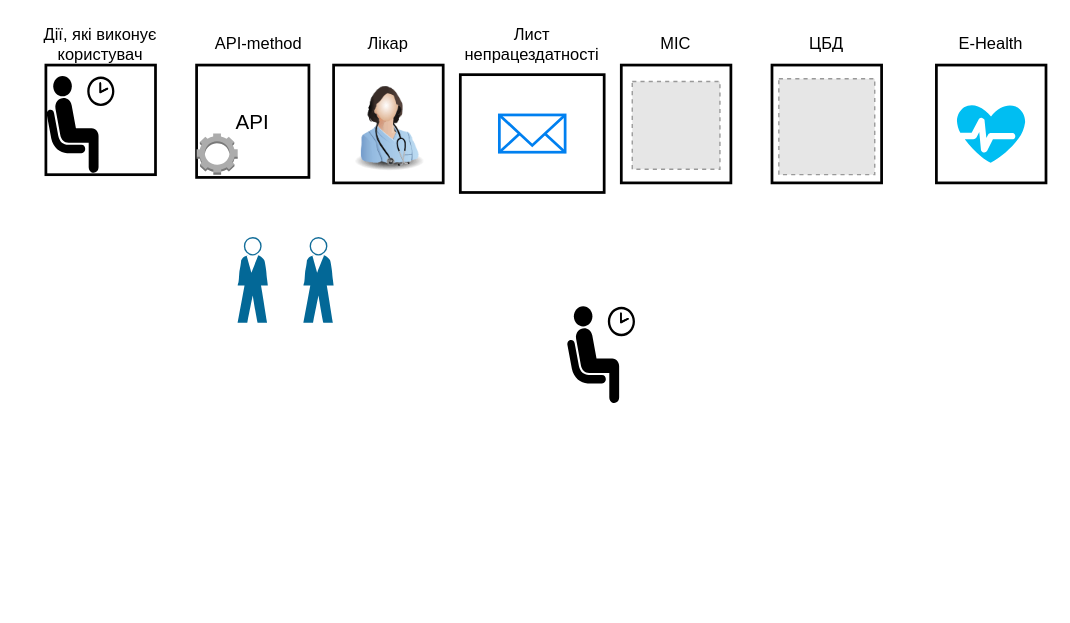
Earlier version of the draw.io diagram Диаграмма без названия.drawio (DenisGrabko/BPMN-Diagramm-Grabko). Source tidied: cells renumbered, new cells numbered last; positions are measured from the earlier drawing's top-left corner, leaving out a move shared by most shapes. Both pictures are drawn from the tidied source at 137%, with x=0, y=0 at pixel (32, 23). Pictures stored in the file or linked from it are replaced by grey dashed boxes.
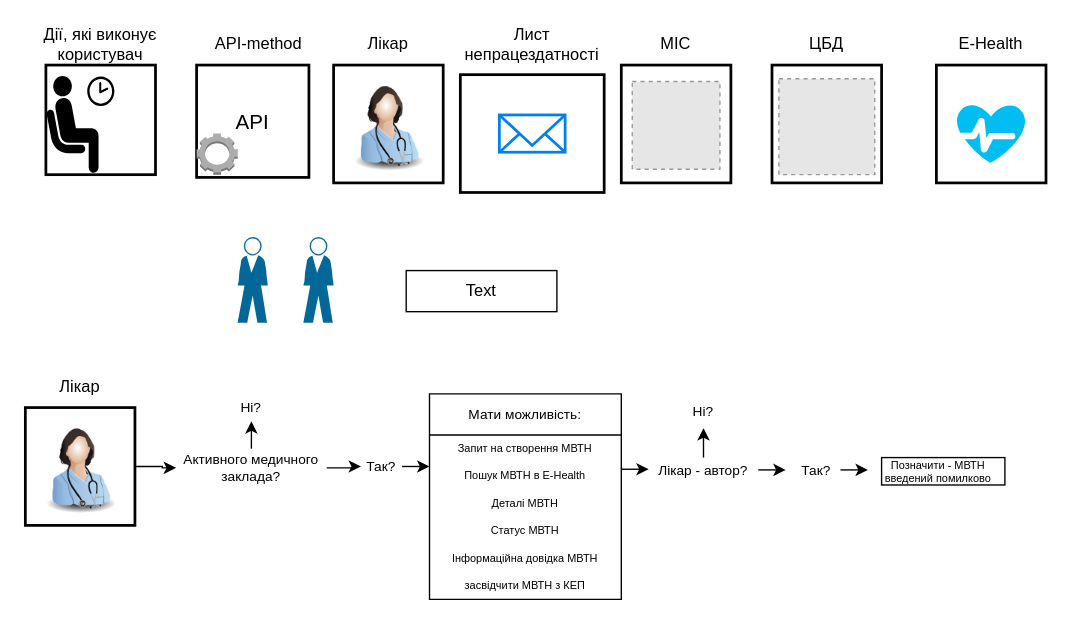
After the change.

What changed in the source:
```diff
@@
-    <mxCell id="4" style="shape=mxgraph.signs.people.waiting_room_1;html=1;fillColor=#000000;strokeColor=none;verticalLabelPosition=bottom;verticalAlign=top;align=center;" parent="1" vertex="1">
-      <mxGeometry x="390" y="206" width="50" height="72" as="geometry" />
-    </mxCell>
@@
+    <mxCell id="26" style="edgeStyle=orthogonalEdgeStyle;rounded=0;jettySize=auto;html=1;exitX=1;exitY=0.5;exitDx=0;exitDy=0;" parent="1" edge="1" source="27" target="42">
+      <mxGeometry relative="1" as="geometry" />
+    </mxCell>
+    <mxCell id="27" style="rounded=0;whiteSpace=wrap;html=1;strokeWidth=2;" parent="1" vertex="1">
+      <mxGeometry x="-5" y="280" width="80" height="86" as="geometry" />
+    </mxCell>
+    <mxCell id="28" value="Лікар" style="text;html=1;align=center;verticalAlign=middle;whiteSpace=wrap;rounded=0;" parent="1" vertex="1">
+      <mxGeometry x="5" y="250" width="60" height="30" as="geometry" />
+    </mxCell>
+    <mxCell id="29" style="image;html=1;image=img/lib/clip_art/people/Nurse_Woman_128x128.png;" parent="1" vertex="1">
+      <mxGeometry y="287" width="70" height="72" as="geometry" />
+    </mxCell>
+    <mxCell id="30" style="rounded=0;whiteSpace=wrap;html=1;" parent="1" vertex="1">
+      <mxGeometry x="273" y="180" width="110" height="30" as="geometry" />
+    </mxCell>
+    <mxCell id="31" value="Text" style="text;html=1;align=center;verticalAlign=middle;whiteSpace=wrap;rounded=0;" parent="1" vertex="1">
+      <mxGeometry x="298" y="180" width="60" height="30" as="geometry" />
+    </mxCell>
+    <mxCell id="32" style="rounded=0;whiteSpace=wrap;html=1;fontSize=8;" parent="1" vertex="1">
+      <mxGeometry x="620" y="316.5" width="90" height="20" as="geometry" />
+    </mxCell>
+    <mxCell id="33" value="Позначити - МВТН введений помилково&lt;br&gt;&amp;nbsp;" style="text;html=1;align=center;verticalAlign=middle;whiteSpace=wrap;rounded=0;fontSize=8;" parent="1" vertex="1">
+      <mxGeometry x="615" y="321.5" width="93" height="20" as="geometry" />
+    </mxCell>
+    <mxCell id="34" style="edgeStyle=orthogonalEdgeStyle;rounded=0;jettySize=auto;html=1;exitX=0.5;exitY=0;exitDx=0;exitDy=0;entryX=0.5;entryY=1;entryDx=0;entryDy=0;" parent="1" edge="1" source="36" target="39">
+      <mxGeometry relative="1" as="geometry" />
+    </mxCell>
+    <mxCell id="35" style="edgeStyle=orthogonalEdgeStyle;rounded=0;jettySize=auto;html=1;exitX=1;exitY=0.5;exitDx=0;exitDy=0;" parent="1" edge="1" source="36">
+      <mxGeometry relative="1" as="geometry">
+        <mxPoint x="550" y="325.5" as="targetPoint" />
+      </mxGeometry>
+    </mxCell>
+    <mxCell id="36" value="Лікар - автор?" style="text;html=1;align=center;verticalAlign=middle;whiteSpace=wrap;rounded=0;fontSize=10;" parent="1" vertex="1">
+      <mxGeometry x="450" y="316.5" width="80" height="18" as="geometry" />
+    </mxCell>
+    <mxCell id="37" style="edgeStyle=orthogonalEdgeStyle;rounded=0;jettySize=auto;html=1;exitX=1;exitY=0.5;exitDx=0;exitDy=0;" parent="1" edge="1" source="38">
+      <mxGeometry relative="1" as="geometry">
+        <mxPoint x="610" y="325.5" as="targetPoint" />
+      </mxGeometry>
+    </mxCell>
+    <mxCell id="38" value="Так?" style="text;html=1;align=center;verticalAlign=middle;whiteSpace=wrap;rounded=0;fontSize=10;" parent="1" vertex="1">
+      <mxGeometry x="555" y="314.5" width="35" height="22" as="geometry" />
+    </mxCell>
+    <mxCell id="39" value="Ні?" style="text;html=1;align=center;verticalAlign=middle;whiteSpace=wrap;rounded=0;fontSize=10;" parent="1" vertex="1">
+      <mxGeometry x="460" y="270" width="60" height="25" as="geometry" />
+    </mxCell>
+    <mxCell id="40" style="edgeStyle=orthogonalEdgeStyle;rounded=0;jettySize=auto;html=1;exitX=0.5;exitY=0;exitDx=0;exitDy=0;entryX=0.5;entryY=1;entryDx=0;entryDy=0;" parent="1" edge="1" source="42" target="44">
+      <mxGeometry relative="1" as="geometry" />
+    </mxCell>
+    <mxCell id="41" style="edgeStyle=orthogonalEdgeStyle;rounded=0;jettySize=auto;html=1;exitX=1;exitY=0.5;exitDx=0;exitDy=0;" parent="1" edge="1" source="42" target="43">
+      <mxGeometry relative="1" as="geometry" />
+    </mxCell>
+    <mxCell id="42" value="Активного медичного заклада?" style="text;html=1;align=center;verticalAlign=middle;whiteSpace=wrap;rounded=0;fontSize=10;" parent="1" vertex="1">
+      <mxGeometry x="105" y="310" width="110" height="28" as="geometry" />
+    </mxCell>
+    <mxCell id="43" value="Так?" style="text;html=1;align=center;verticalAlign=middle;whiteSpace=wrap;rounded=0;fontSize=10;" parent="1" vertex="1">
+      <mxGeometry x="240" y="308" width="30" height="30" as="geometry" />
+    </mxCell>
+    <mxCell id="44" value="Ні?" style="text;html=1;align=center;verticalAlign=middle;whiteSpace=wrap;rounded=0;fontSize=10;" parent="1" vertex="1">
+      <mxGeometry x="140" y="270" width="40" height="20" as="geometry" />
+    </mxCell>
+    <mxCell id="45" value="&lt;font style=&quot;font-size: 10px;&quot;&gt;Мати можливість:&lt;/font&gt;" style="swimlane;fontStyle=0;horizontal=1;startSize=30;whiteSpace=wrap;html=1;" parent="1" vertex="1">
+      <mxGeometry x="290" y="270" width="140" height="150" as="geometry" />
+    </mxCell>
+    <mxCell id="46" value="Запит на створення МВТН" style="text;html=1;align=center;verticalAlign=middle;whiteSpace=wrap;rounded=0;fontSize=8;" parent="45" vertex="1">
+      <mxGeometry y="30" width="140" height="20" as="geometry" />
+    </mxCell>
+    <mxCell id="47" value="Пошук МВТН в E-Health" style="text;html=1;align=center;verticalAlign=middle;whiteSpace=wrap;rounded=0;fontSize=8;" parent="45" vertex="1">
+      <mxGeometry y="50" width="140" height="20" as="geometry" />
+    </mxCell>
+    <mxCell id="48" value="Деталі МВТН" style="text;html=1;align=center;verticalAlign=middle;whiteSpace=wrap;rounded=0;fontSize=8;" parent="45" vertex="1">
+      <mxGeometry y="70" width="140" height="20" as="geometry" />
+    </mxCell>
+    <mxCell id="49" value="Статус МВТН" style="text;html=1;align=center;verticalAlign=middle;whiteSpace=wrap;rounded=0;fontSize=8;" parent="45" vertex="1">
+      <mxGeometry y="90" width="140" height="20" as="geometry" />
+    </mxCell>
+    <mxCell id="50" value="Інформаційна довідка МВТН" style="text;html=1;align=center;verticalAlign=middle;whiteSpace=wrap;rounded=0;fontSize=8;" parent="45" vertex="1">
+      <mxGeometry y="110" width="140" height="20" as="geometry" />
+    </mxCell>
+    <mxCell id="51" value="засвідчити МВТН з КЕП" style="text;html=1;align=center;verticalAlign=middle;whiteSpace=wrap;rounded=0;fontSize=8;" parent="45" vertex="1">
+      <mxGeometry y="130" width="140" height="20" as="geometry" />
+    </mxCell>
+    <mxCell id="52" style="edgeStyle=orthogonalEdgeStyle;rounded=0;jettySize=auto;html=1;exitX=1;exitY=0.25;exitDx=0;exitDy=0;entryX=0;entryY=0.5;entryDx=0;entryDy=0;" parent="1" edge="1" source="47" target="36">
+      <mxGeometry relative="1" as="geometry" />
+    </mxCell>
+    <mxCell id="53" style="edgeStyle=orthogonalEdgeStyle;rounded=0;jettySize=auto;html=1;exitX=1;exitY=0.5;exitDx=0;exitDy=0;entryX=0;entryY=0.147;entryDx=0;entryDy=0;entryPerimeter=0;" parent="1" edge="1" source="43" target="47">
+      <mxGeometry relative="1" as="geometry" />
+    </mxCell>
```
